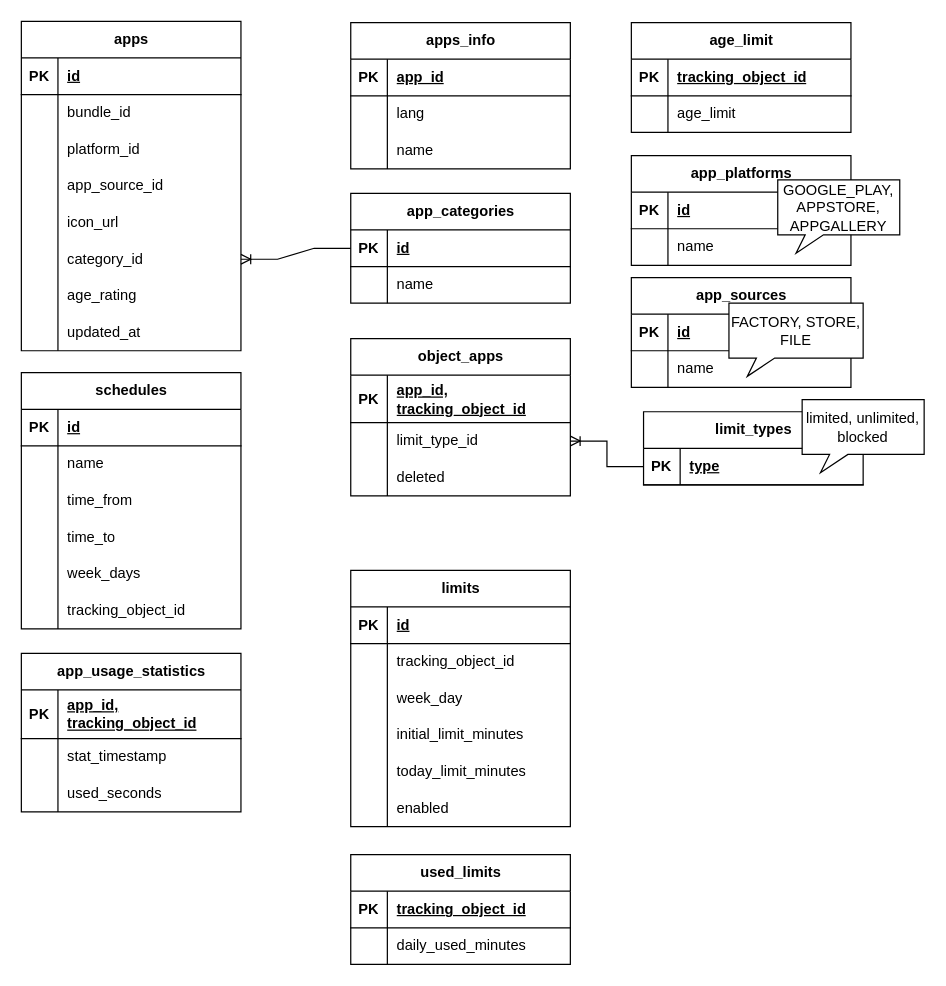
Earlier version of the draw.io diagram Диаграмма без названия.drawio (satmurat/transfer). Source tidied: cells renumbered, new cells numbered last; positions are measured from the earlier drawing's top-left corner, leaving out a move shared by most shapes. Both pictures are drawn from the tidied source at 122%, with x=0, y=0 at pixel (21, 21).
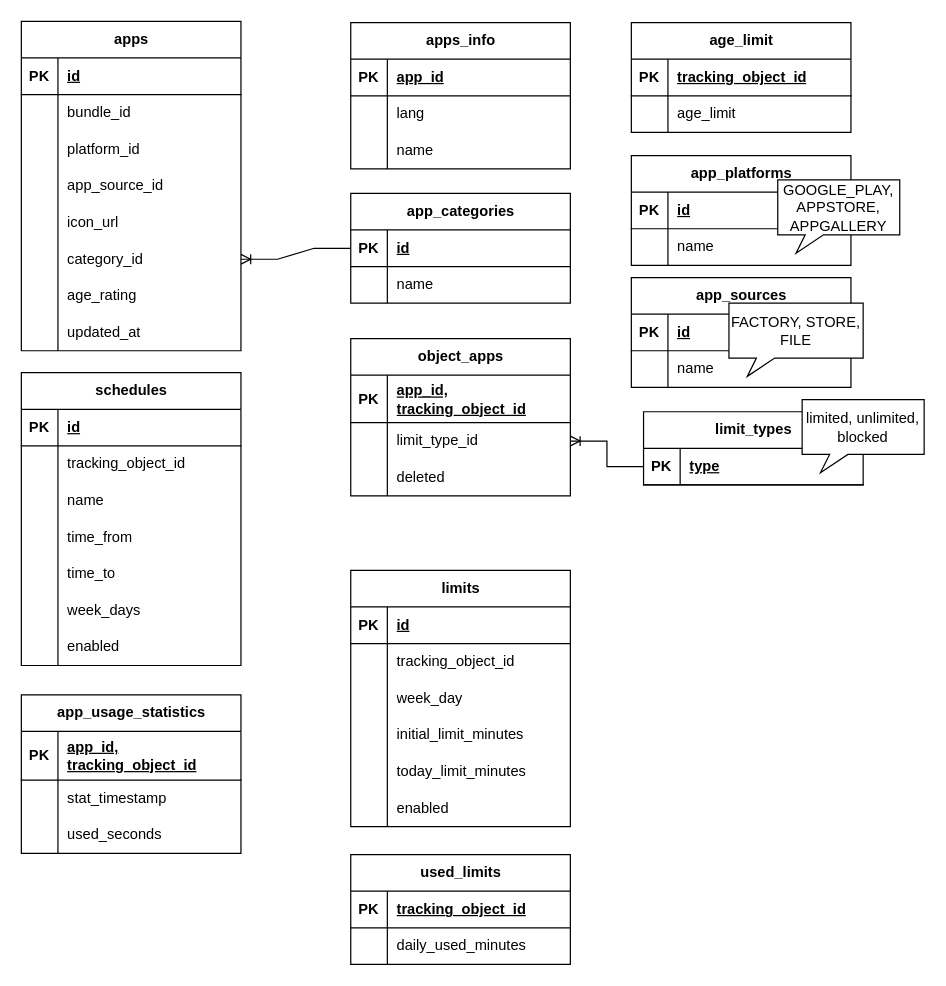
The same page after the edit.

The change refers to these unchanged cells:
```xml
<mxCell id="68" style="shape=tableRow;horizontal=0;startSize=0;swimlaneHead=0;swimlaneBody=0;fillColor=none;top=0;left=0;right=0;bottom=0;" parent="64" vertex="1">
  <mxGeometry y="60" width="180" height="30" as="geometry" />
</mxCell>
```

The edit, as a diff of the source:
```diff
@@
     <mxCell id="64" value="schedules" style="shape=table;startSize=30;childLayout=tableLayout;rowLines=0;fontStyle=1;align=center;html=1;" parent="1" vertex="1">
-      <mxGeometry y="288" width="180" height="210" as="geometry" />
+      <mxGeometry y="288" width="180" height="240" as="geometry" />
     </mxCell>
@@
-    <mxCell id="70" value="name" style="shape=partialRectangle;fillColor=none;top=0;left=0;bottom=0;right=0;align=left;spacingLeft=6;overflow=hidden;whiteSpace=wrap;html=1;" parent="68" vertex="1">
+    <mxCell id="70" value="tracking_object_id" style="shape=partialRectangle;fillColor=none;top=0;left=0;bottom=0;right=0;align=left;spacingLeft=6;overflow=hidden;whiteSpace=wrap;html=1;" parent="68" vertex="1">
       <mxGeometry x="30" width="150" height="30" as="geometry" />
     </mxCell>
+    <mxCell id="139" style="shape=tableRow;horizontal=0;startSize=0;swimlaneHead=0;swimlaneBody=0;fillColor=none;top=0;left=0;right=0;bottom=0;" parent="64" vertex="1">
+      <mxGeometry y="90" width="180" height="30" as="geometry" />
+    </mxCell>
+    <mxCell id="140" style="shape=partialRectangle;fillColor=none;top=0;left=0;bottom=0;right=0;overflow=hidden;whiteSpace=wrap;html=1;" parent="139" vertex="1">
+      <mxGeometry width="30" height="30" as="geometry" />
+    </mxCell>
+    <mxCell id="141" value="name" style="shape=partialRectangle;fillColor=none;top=0;left=0;bottom=0;right=0;align=left;spacingLeft=6;overflow=hidden;whiteSpace=wrap;html=1;" parent="139" vertex="1">
+      <mxGeometry x="30" width="150" height="30" as="geometry" />
+    </mxCell>
     <mxCell id="71" style="shape=tableRow;horizontal=0;startSize=0;swimlaneHead=0;swimlaneBody=0;fillColor=none;top=0;left=0;right=0;bottom=0;" parent="64" vertex="1">
-      <mxGeometry y="90" width="180" height="30" as="geometry" />
+      <mxGeometry y="120" width="180" height="30" as="geometry" />
     </mxCell>
@@
     <mxCell id="74" style="shape=tableRow;horizontal=0;startSize=0;swimlaneHead=0;swimlaneBody=0;fillColor=none;top=0;left=0;right=0;bottom=0;" parent="64" vertex="1">
-      <mxGeometry y="120" width="180" height="30" as="geometry" />
+      <mxGeometry y="150" width="180" height="30" as="geometry" />
     </mxCell>
@@
     <mxCell id="77" style="shape=tableRow;horizontal=0;startSize=0;swimlaneHead=0;swimlaneBody=0;fillColor=none;top=0;left=0;right=0;bottom=0;" parent="64" vertex="1">
-      <mxGeometry y="150" width="180" height="30" as="geometry" />
+      <mxGeometry y="180" width="180" height="30" as="geometry" />
     </mxCell>
@@
     <mxCell id="80" style="shape=tableRow;horizontal=0;startSize=0;swimlaneHead=0;swimlaneBody=0;fillColor=none;top=0;left=0;right=0;bottom=0;" parent="64" vertex="1">
-      <mxGeometry y="180" width="180" height="30" as="geometry" />
+      <mxGeometry y="210" width="180" height="30" as="geometry" />
     </mxCell>
@@
-    <mxCell id="82" value="tracking_object_id" style="shape=partialRectangle;fillColor=none;top=0;left=0;bottom=0;right=0;align=left;spacingLeft=6;overflow=hidden;whiteSpace=wrap;html=1;" parent="80" vertex="1">
+    <mxCell id="82" value="enabled" style="shape=partialRectangle;fillColor=none;top=0;left=0;bottom=0;right=0;align=left;spacingLeft=6;overflow=hidden;whiteSpace=wrap;html=1;" parent="80" vertex="1">
       <mxGeometry x="30" width="150" height="30" as="geometry" />
     </mxCell>
@@
     <mxCell id="95" value="app_usage_statistics" style="shape=table;startSize=30;childLayout=tableLayout;rowLines=0;fontStyle=1;align=center;html=1;" parent="1" vertex="1">
-      <mxGeometry y="518" width="180" height="130" as="geometry" />
+      <mxGeometry y="552" width="180" height="130" as="geometry" />
     </mxCell>
```
